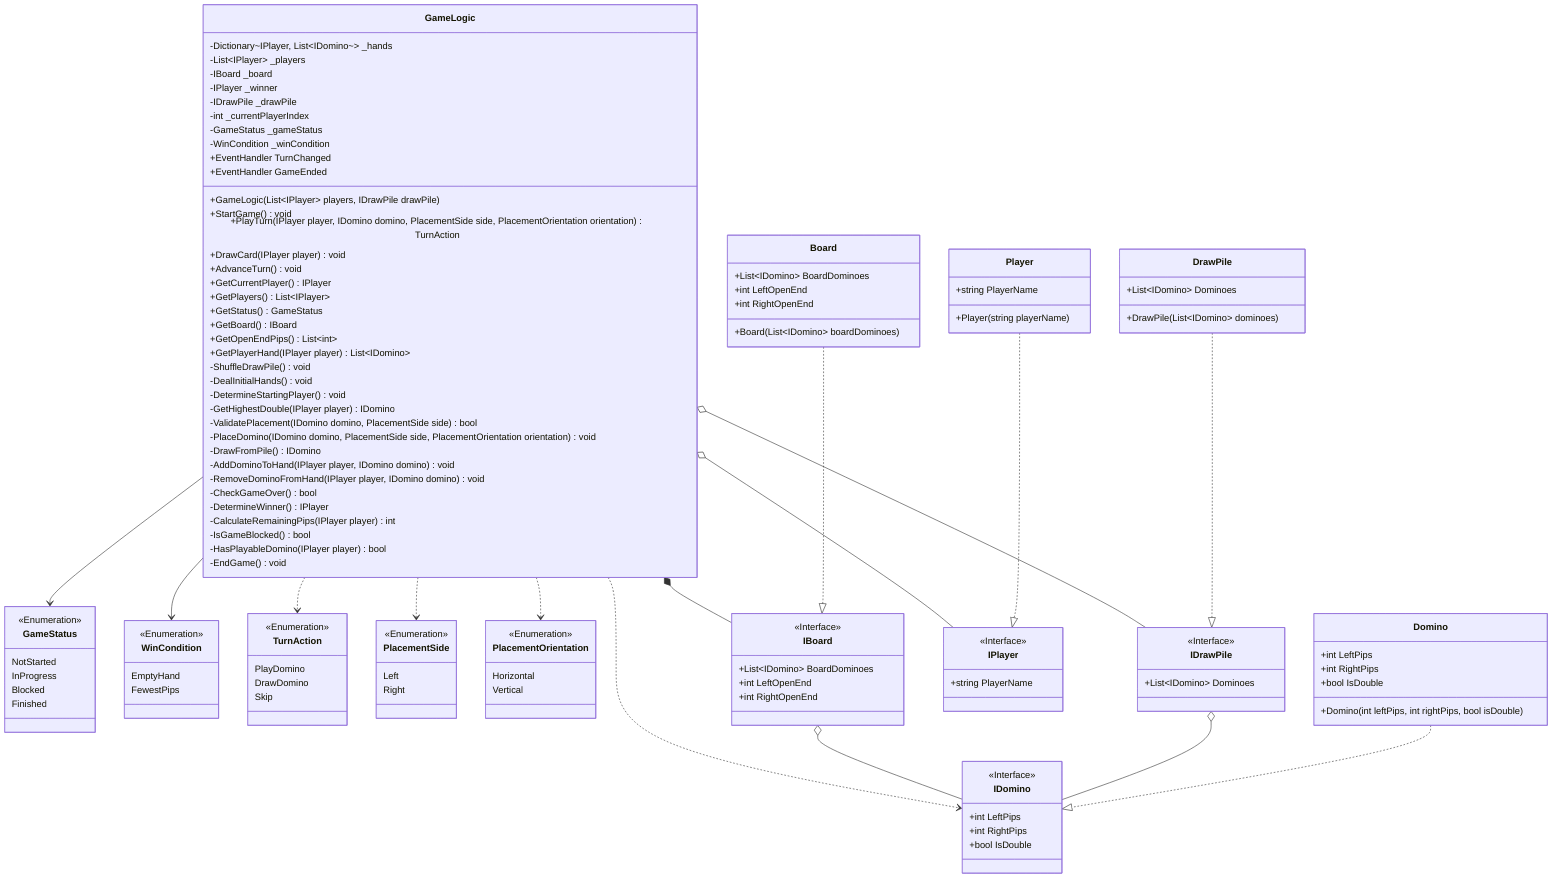
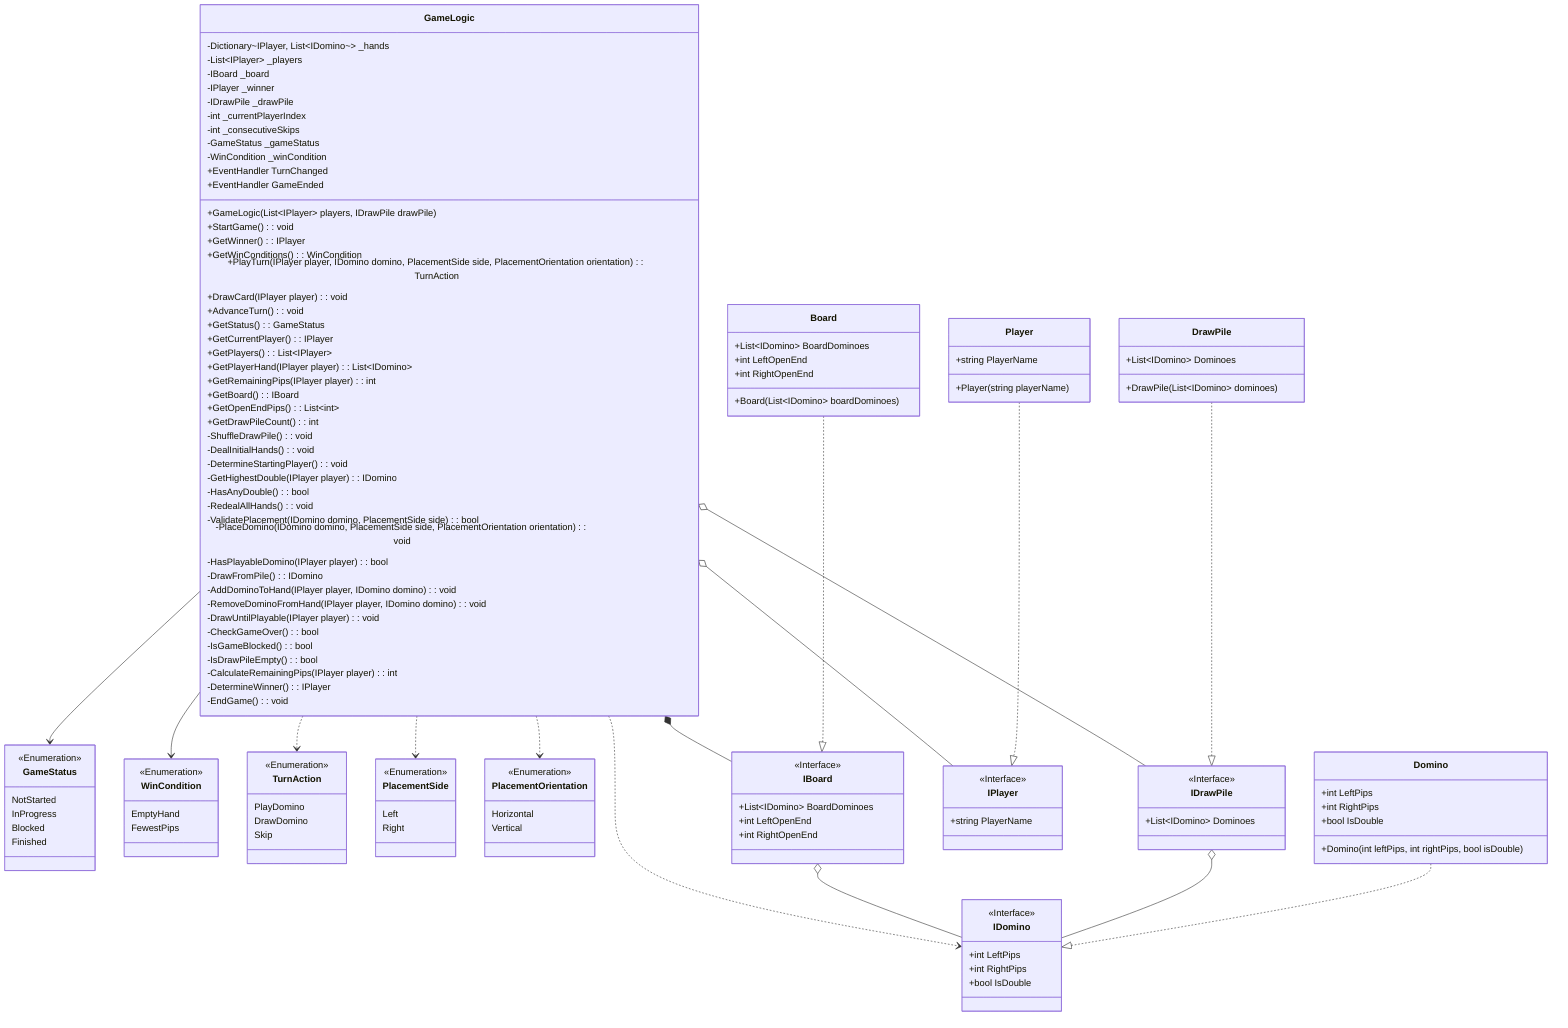
classDiagram
    direction TB

    %% Associations
    GameLogic --> GameStatus
    GameLogic --> WinCondition

    %% Dependencies
    GameLogic ..> TurnAction
    GameLogic ..> PlacementSide
    GameLogic ..> PlacementOrientation
    GameLogic ..> IDomino

    %% Compositions
    GameLogic *-- IBoard

    %% Agregations
    IBoard o-- IDomino
    IDrawPile o-- IDomino
    GameLogic o-- IDrawPile
    GameLogic o-- IPlayer

    %% Realizations
    Domino ..|> IDomino
    Player ..|> IPlayer
    Board ..|> IBoard
    DrawPile ..|> IDrawPile

    %% Enumerations
    class GameStatus {
        NotStarted
        InProgress
        Blocked
        Finished
    }

    class PlacementSide {
        Left
        Right
    }

    class PlacementOrientation {
        Horizontal
        Vertical
    }

    class WinCondition {
        EmptyHand
        FewestPips
    }

    class TurnAction {
        PlayDomino
        DrawDomino
        Skip
    }

    %% Interfaces
    class IDomino {
        +int LeftPips
        +int RightPips
        +bool IsDouble
    }

    class IPlayer {
        +string PlayerName
    }

    class IBoard {
        +List~IDomino~ BoardDominoes
        +int LeftOpenEnd
        +int RightOpenEnd
    }

    class IDrawPile {
        +List~IDomino~ Dominoes
    }

    %% Class Concrete
    class Domino {
        +int LeftPips
        +int RightPips
        +bool IsDouble
        +Domino(int leftPips, int rightPips, bool isDouble)
    }

    class Player {
        +string PlayerName
        +Player(string playerName)
    }

    class Board {
        +List~IDomino~ BoardDominoes
        +int LeftOpenEnd
        +int RightOpenEnd
        +Board(List~IDomino~ boardDominoes)
    }

    class DrawPile {
        +List~IDomino~ Dominoes
        +DrawPile(List~IDomino~ dominoes)
    }

    class GameLogic {
        %% Fields / Properties
        -Dictionary~IPlayer, List~IDomino~~ _hands
        -List~IPlayer~ _players
        -IBoard _board
        -IPlayer _winner
        -IDrawPile _drawPile
        -int _currentPlayerIndex
+         -int _consecutiveSkips
        -GameStatus _gameStatus
        -WinCondition _winCondition

        %% Events Delegates
        +EventHandler TurnChanged
        +EventHandler GameEnded

        %% Constructors
        +GameLogic(List~IPlayer~ players, IDrawPile drawPile)

        %% Lifecycle (public)
-         +StartGame() void
+         +StartGame() : void
+         +GetWinner() : IPlayer
+         +GetWinConditions() : WinCondition

        %% Actions (public)
-         +PlayTurn(IPlayer player, IDomino domino, PlacementSide side, PlacementOrientation orientation) TurnAction
-         +DrawCard(IPlayer player) void
-         +AdvanceTurn() void
+         +PlayTurn(IPlayer player, IDomino domino, PlacementSide side, PlacementOrientation orientation) : TurnAction
+         +DrawCard(IPlayer player) : void
+         +AdvanceTurn() : void

-         %% Get Info Game and Turn (public)
-         +GetCurrentPlayer() IPlayer
-         +GetPlayers() List~IPlayer~
-         +GetStatus() GameStatus
-         +GetBoard() IBoard
-         +GetOpenEndPips() List~int~
-         +GetPlayerHand(IPlayer player) List~IDomino~
+         %% Get Info Game and Turn
+         +GetStatus() : GameStatus
+         +GetCurrentPlayer() : IPlayer

-         %% Logic Bussiness
-         -ShuffleDrawPile() void
-         -DealInitialHands() void
-         -DetermineStartingPlayer() void
-         -GetHighestDouble(IPlayer player) IDomino
-         -ValidatePlacement(IDomino domino, PlacementSide side) bool
-         -PlaceDomino(IDomino domino, PlacementSide side, PlacementOrientation orientation) void
-         -DrawFromPile() IDomino
-         -AddDominoToHand(IPlayer player, IDomino domino) void
-         -RemoveDominoFromHand(IPlayer player, IDomino domino) void
-         -CheckGameOver() bool
-         -DetermineWinner() IPlayer
-         -CalculateRemainingPips(IPlayer player) int
-         -IsGameBlocked() bool
-         -HasPlayableDomino(IPlayer player) bool
-         -EndGame() void
+         %% Get Info Player and Hand
+         +GetPlayers() : List~IPlayer~
+         +GetPlayerHand(IPlayer player) : List~IDomino~
+         +GetRemainingPips(IPlayer player) : int
+ 
+         %% Get Info Board
+         +GetBoard() : IBoard
+         +GetOpenEndPips() : List~int~
+         +GetDrawPileCount() : int
+ 
+         %% Bussines Logic Setup (Private)
+         -ShuffleDrawPile() : void
+         -DealInitialHands() : void
+         -DetermineStartingPlayer() : void
+         -GetHighestDouble(IPlayer player) : IDomino
+         -HasAnyDouble() : bool
+         -RedealAllHands() : void
+ 
+         %% Bussines Logic Turn and Placement (Private)
+         -ValidatePlacement(IDomino domino, PlacementSide side) : bool
+         -PlaceDomino(IDomino domino, PlacementSide side, PlacementOrientation orientation) : void
+         -HasPlayableDomino(IPlayer player) : bool
+ 
+         %% Bussines Logic Pile and Hand (Private)
+         -DrawFromPile() : IDomino
+         -AddDominoToHand(IPlayer player, IDomino domino) : void
+         -RemoveDominoFromHand(IPlayer player, IDomino domino) : void
+         -DrawUntilPlayable(IPlayer player) : void
+ 
+         %% Bussines Logic Game End and Resolution (Private)
+         -CheckGameOver() : bool
+         -IsGameBlocked() : bool
+         -IsDrawPileEmpty() : bool
+         -CalculateRemainingPips(IPlayer player) : int
+         -DetermineWinner() : IPlayer
+         -EndGame() : void
    }

    <<Enumeration>> GameStatus
    <<Enumeration>> PlacementSide
    <<Enumeration>> PlacementOrientation
    <<Enumeration>> WinCondition
    <<Enumeration>> TurnAction
    <<Interface>> IDomino
    <<Interface>> IPlayer
    <<Interface>> IBoard
    <<Interface>> IDrawPile



